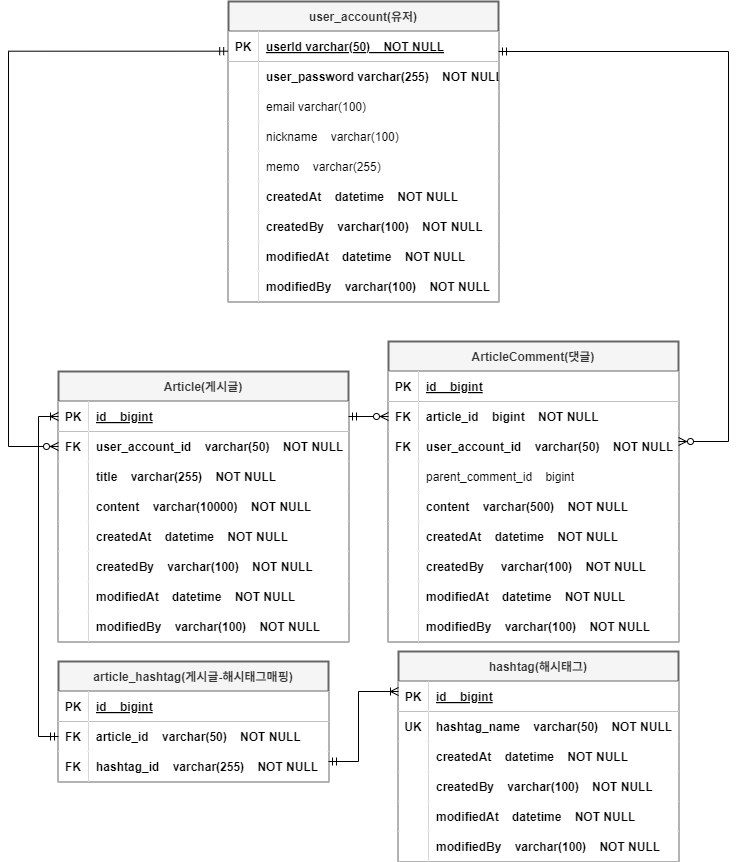
MJ0501/board keeps this draw.io diagram as document/board_erd.png. Above is the earlier version. Source tidied: cells renumbered, new cells last; positions are measured from the earlier drawing's top-left corner, leaving out a move shared by most shapes.
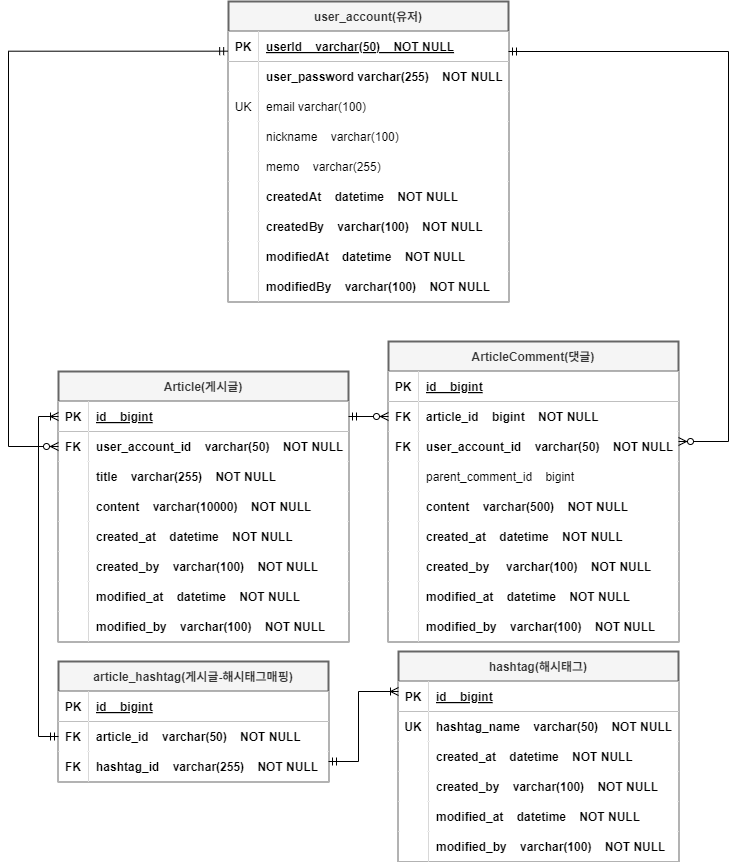
Later version of the same file.

Change to the diagram source:
```diff
@@ -47,7 +47,7 @@
     <mxCell id="16" style="shape=partialRectangle;overflow=hidden;fillColor=default;top=0;left=0;bottom=0;right=0;" parent="15" vertex="1">
       <mxGeometry width="30" height="30" as="geometry" />
     </mxCell>
-    <mxCell id="17" value="createdAt    datetime    NOT NULL" style="shape=partialRectangle;overflow=hidden;fillColor=default;top=0;left=0;bottom=0;right=0;align=left;spacingLeft=6;fontStyle=1;" parent="15" vertex="1">
+    <mxCell id="17" value="created_at    datetime    NOT NULL" style="shape=partialRectangle;overflow=hidden;fillColor=default;top=0;left=0;bottom=0;right=0;align=left;spacingLeft=6;fontStyle=1;" parent="15" vertex="1">
       <mxGeometry x="30" width="260" height="30" as="geometry" />
     </mxCell>
     <mxCell id="18" style="shape=partialRectangle;fillColor=none;top=0;left=0;right=0;bottom=0;" parent="2" vertex="1">
@@ -56,7 +56,7 @@
     <mxCell id="19" style="shape=partialRectangle;overflow=hidden;fillColor=default;top=0;left=0;bottom=0;right=0;" parent="18" vertex="1">
       <mxGeometry width="30" height="30" as="geometry" />
     </mxCell>
-    <mxCell id="20" value="createdBy    varchar(100)    NOT NULL" style="shape=partialRectangle;overflow=hidden;fillColor=default;top=0;left=0;bottom=0;right=0;align=left;spacingLeft=6;fontStyle=1;" parent="18" vertex="1">
+    <mxCell id="20" value="created_by    varchar(100)    NOT NULL" style="shape=partialRectangle;overflow=hidden;fillColor=default;top=0;left=0;bottom=0;right=0;align=left;spacingLeft=6;fontStyle=1;" parent="18" vertex="1">
       <mxGeometry x="30" width="260" height="30" as="geometry" />
     </mxCell>
     <mxCell id="21" style="shape=partialRectangle;fillColor=none;top=0;left=0;right=0;bottom=0;" parent="2" vertex="1">
@@ -65,7 +65,7 @@
     <mxCell id="22" style="shape=partialRectangle;overflow=hidden;fillColor=default;top=0;left=0;bottom=0;right=0;" parent="21" vertex="1">
       <mxGeometry width="30" height="30" as="geometry" />
     </mxCell>
-    <mxCell id="23" value="modifiedAt    datetime    NOT NULL" style="shape=partialRectangle;overflow=hidden;fillColor=default;top=0;left=0;bottom=0;right=0;align=left;spacingLeft=6;fontStyle=1;" parent="21" vertex="1">
+    <mxCell id="23" value="modified_at    datetime    NOT NULL" style="shape=partialRectangle;overflow=hidden;fillColor=default;top=0;left=0;bottom=0;right=0;align=left;spacingLeft=6;fontStyle=1;" parent="21" vertex="1">
       <mxGeometry x="30" width="260" height="30" as="geometry" />
     </mxCell>
     <mxCell id="24" style="shape=partialRectangle;fillColor=none;top=0;left=0;right=0;bottom=0;" parent="2" vertex="1">
@@ -74,7 +74,7 @@
     <mxCell id="25" style="shape=partialRectangle;overflow=hidden;fillColor=default;top=0;left=0;bottom=0;right=0;" parent="24" vertex="1">
       <mxGeometry width="30" height="30" as="geometry" />
     </mxCell>
-    <mxCell id="26" value="modifiedBy    varchar(100)    NOT NULL" style="shape=partialRectangle;overflow=hidden;fillColor=default;top=0;left=0;bottom=0;right=0;align=left;spacingLeft=6;fontStyle=1;" parent="24" vertex="1">
+    <mxCell id="26" value="modified_by    varchar(100)    NOT NULL" style="shape=partialRectangle;overflow=hidden;fillColor=default;top=0;left=0;bottom=0;right=0;align=left;spacingLeft=6;fontStyle=1;" parent="24" vertex="1">
       <mxGeometry x="30" width="260" height="30" as="geometry" />
     </mxCell>
     <mxCell id="27" value="ArticleComment(댓글)" style="shape=table;startSize=30;rowLines=0;fontStyle=1;align=center;fillColor=#f5f5f5;fontColor=#333333;strokeColor=#666666;strokeWidth=2;" parent="1" vertex="1">
@@ -131,7 +131,7 @@
     <mxCell id="44" style="shape=partialRectangle;overflow=hidden;fillColor=default;top=0;left=0;bottom=0;right=0;" parent="43" vertex="1">
       <mxGeometry width="30" height="30" as="geometry" />
     </mxCell>
-    <mxCell id="45" value="createdAt    datetime    NOT NULL" style="shape=partialRectangle;overflow=hidden;fillColor=default;top=0;left=0;bottom=0;right=0;align=left;spacingLeft=6;fontStyle=1;" parent="43" vertex="1">
+    <mxCell id="45" value="created_at    datetime    NOT NULL" style="shape=partialRectangle;overflow=hidden;fillColor=default;top=0;left=0;bottom=0;right=0;align=left;spacingLeft=6;fontStyle=1;" parent="43" vertex="1">
       <mxGeometry x="30" width="260" height="30" as="geometry" />
     </mxCell>
     <mxCell id="46" style="shape=partialRectangle;fillColor=none;top=0;left=0;right=0;bottom=0;" parent="27" vertex="1">
@@ -140,7 +140,7 @@
     <mxCell id="47" style="shape=partialRectangle;overflow=hidden;fillColor=default;top=0;left=0;bottom=0;right=0;" parent="46" vertex="1">
       <mxGeometry width="30" height="30" as="geometry" />
     </mxCell>
-    <mxCell id="48" value="createdBy     varchar(100)    NOT NULL" style="shape=partialRectangle;overflow=hidden;fillColor=default;top=0;left=0;bottom=0;right=0;align=left;spacingLeft=6;fontStyle=1;" parent="46" vertex="1">
+    <mxCell id="48" value="created_by     varchar(100)    NOT NULL" style="shape=partialRectangle;overflow=hidden;fillColor=default;top=0;left=0;bottom=0;right=0;align=left;spacingLeft=6;fontStyle=1;" parent="46" vertex="1">
       <mxGeometry x="30" width="260" height="30" as="geometry" />
     </mxCell>
     <mxCell id="49" style="shape=partialRectangle;fillColor=none;top=0;left=0;right=0;bottom=0;" parent="27" vertex="1">
@@ -149,7 +149,7 @@
     <mxCell id="50" style="shape=partialRectangle;overflow=hidden;fillColor=default;top=0;left=0;bottom=0;right=0;" parent="49" vertex="1">
       <mxGeometry width="30" height="30" as="geometry" />
     </mxCell>
-    <mxCell id="51" value="modifiedAt    datetime    NOT NULL" style="shape=partialRectangle;overflow=hidden;fillColor=default;top=0;left=0;bottom=0;right=0;align=left;spacingLeft=6;fontStyle=1;" parent="49" vertex="1">
+    <mxCell id="51" value="modified_at    datetime    NOT NULL" style="shape=partialRectangle;overflow=hidden;fillColor=default;top=0;left=0;bottom=0;right=0;align=left;spacingLeft=6;fontStyle=1;" parent="49" vertex="1">
       <mxGeometry x="30" width="260" height="30" as="geometry" />
     </mxCell>
     <mxCell id="52" style="shape=partialRectangle;fillColor=none;top=0;left=0;right=0;bottom=0;" parent="27" vertex="1">
@@ -158,7 +158,7 @@
     <mxCell id="53" style="shape=partialRectangle;overflow=hidden;fillColor=default;top=0;left=0;bottom=0;right=0;" parent="52" vertex="1">
       <mxGeometry width="30" height="30" as="geometry" />
     </mxCell>
-    <mxCell id="54" value="modifiedBy    varchar(100)    NOT NULL" style="shape=partialRectangle;overflow=hidden;fillColor=default;top=0;left=0;bottom=0;right=0;align=left;spacingLeft=6;fontStyle=1;" parent="52" vertex="1">
+    <mxCell id="54" value="modified_by    varchar(100)    NOT NULL" style="shape=partialRectangle;overflow=hidden;fillColor=default;top=0;left=0;bottom=0;right=0;align=left;spacingLeft=6;fontStyle=1;" parent="52" vertex="1">
       <mxGeometry x="30" width="260" height="30" as="geometry" />
     </mxCell>
     <mxCell id="55" style="edgeStyle=orthogonalEdgeStyle;fontSize=12;html=1;endArrow=ERzeroToMany;startArrow=ERmandOne;rounded=0;exitX=1;exitY=0.5;exitDx=0;exitDy=0;entryX=0;entryY=0.5;entryDx=0;entryDy=0;" parent="1" edge="1" source="3" target="31">
@@ -170,88 +170,88 @@
       </mxGeometry>
     </mxCell>
     <mxCell id="56" value="user_account(유저)" style="shape=table;startSize=30;rowLines=0;fontStyle=1;align=center;fillColor=#f5f5f5;fontColor=#333333;strokeColor=#666666;strokeWidth=2;" parent="1" vertex="1">
-      <mxGeometry x="220" width="270" height="300" as="geometry" />
+      <mxGeometry x="220" width="280" height="300" as="geometry" />
     </mxCell>
     <mxCell id="57" style="shape=partialRectangle;fillColor=none;points=[[0,0.5],[1,0.5]];portConstraint=eastwest;top=0;left=0;right=0;bottom=1;" parent="56" vertex="1">
-      <mxGeometry y="30" width="270" height="30" as="geometry" />
+      <mxGeometry y="30" width="280" height="30" as="geometry" />
     </mxCell>
     <mxCell id="58" value="PK" style="shape=partialRectangle;overflow=hidden;fillColor=default;top=0;left=0;bottom=0;right=0;fontStyle=1;" parent="57" vertex="1">
       <mxGeometry width="30" height="30" as="geometry" />
     </mxCell>
-    <mxCell id="59" value="userId varchar(50)    NOT NULL" style="shape=partialRectangle;overflow=hidden;fillColor=default;top=0;left=0;bottom=0;right=0;align=left;spacingLeft=6;fontStyle=5;" parent="57" vertex="1">
-      <mxGeometry x="30" width="240" height="30" as="geometry" />
+    <mxCell id="59" value="userId    varchar(50)    NOT NULL" style="shape=partialRectangle;overflow=hidden;fillColor=default;top=0;left=0;bottom=0;right=0;align=left;spacingLeft=6;fontStyle=5;" parent="57" vertex="1">
+      <mxGeometry x="30" width="250" height="30" as="geometry" />
     </mxCell>
     <mxCell id="60" style="shape=partialRectangle;fillColor=none;top=0;left=0;right=0;bottom=0;" parent="56" vertex="1">
-      <mxGeometry y="60" width="270" height="30" as="geometry" />
+      <mxGeometry y="60" width="280" height="30" as="geometry" />
     </mxCell>
     <mxCell id="61" style="shape=partialRectangle;overflow=hidden;fillColor=default;top=0;left=0;bottom=0;right=0;" parent="60" vertex="1">
       <mxGeometry width="30" height="30" as="geometry" />
     </mxCell>
     <mxCell id="62" value="user_password varchar(255)    NOT NULL" style="shape=partialRectangle;overflow=hidden;fillColor=default;top=0;left=0;bottom=0;right=0;align=left;spacingLeft=6;fontStyle=1;" parent="60" vertex="1">
-      <mxGeometry x="30" width="240" height="30" as="geometry" />
+      <mxGeometry x="30" width="250" height="30" as="geometry" />
     </mxCell>
     <mxCell id="63" style="shape=partialRectangle;fillColor=none;top=0;left=0;right=0;bottom=0;" parent="56" vertex="1">
-      <mxGeometry y="90" width="270" height="30" as="geometry" />
+      <mxGeometry y="90" width="280" height="30" as="geometry" />
     </mxCell>
-    <mxCell id="64" style="shape=partialRectangle;overflow=hidden;fillColor=default;top=0;left=0;bottom=0;right=0;" parent="63" vertex="1">
+    <mxCell id="64" value="UK" style="shape=partialRectangle;overflow=hidden;fillColor=default;top=0;left=0;bottom=0;right=0;" parent="63" vertex="1">
       <mxGeometry width="30" height="30" as="geometry" />
     </mxCell>
     <mxCell id="65" value="email varchar(100)" style="shape=partialRectangle;overflow=hidden;fillColor=default;top=0;left=0;bottom=0;right=0;align=left;spacingLeft=6;fontStyle=0;" parent="63" vertex="1">
-      <mxGeometry x="30" width="240" height="30" as="geometry" />
+      <mxGeometry x="30" width="250" height="30" as="geometry" />
     </mxCell>
     <mxCell id="66" style="shape=partialRectangle;fillColor=none;top=0;left=0;right=0;bottom=0;" parent="56" vertex="1">
-      <mxGeometry y="120" width="270" height="30" as="geometry" />
+      <mxGeometry y="120" width="280" height="30" as="geometry" />
     </mxCell>
     <mxCell id="67" style="shape=partialRectangle;overflow=hidden;fillColor=default;top=0;left=0;bottom=0;right=0;" parent="66" vertex="1">
       <mxGeometry width="30" height="30" as="geometry" />
     </mxCell>
     <mxCell id="68" value="nickname    varchar(100)" style="shape=partialRectangle;overflow=hidden;fillColor=default;top=0;left=0;bottom=0;right=0;align=left;spacingLeft=6;" parent="66" vertex="1">
-      <mxGeometry x="30" width="240" height="30" as="geometry" />
+      <mxGeometry x="30" width="250" height="30" as="geometry" />
     </mxCell>
     <mxCell id="69" style="shape=partialRectangle;fillColor=none;top=0;left=0;right=0;bottom=0;" parent="56" vertex="1">
-      <mxGeometry y="150" width="270" height="30" as="geometry" />
+      <mxGeometry y="150" width="280" height="30" as="geometry" />
     </mxCell>
     <mxCell id="70" style="shape=partialRectangle;overflow=hidden;fillColor=default;top=0;left=0;bottom=0;right=0;" parent="69" vertex="1">
       <mxGeometry width="30" height="30" as="geometry" />
     </mxCell>
     <mxCell id="71" value="memo    varchar(255)" style="shape=partialRectangle;overflow=hidden;fillColor=default;top=0;left=0;bottom=0;right=0;align=left;spacingLeft=6;" parent="69" vertex="1">
-      <mxGeometry x="30" width="240" height="30" as="geometry" />
+      <mxGeometry x="30" width="250" height="30" as="geometry" />
     </mxCell>
     <mxCell id="72" style="shape=partialRectangle;fillColor=none;top=0;left=0;right=0;bottom=0;" parent="56" vertex="1">
-      <mxGeometry y="180" width="270" height="30" as="geometry" />
+      <mxGeometry y="180" width="280" height="30" as="geometry" />
     </mxCell>
     <mxCell id="73" style="shape=partialRectangle;overflow=hidden;fillColor=default;top=0;left=0;bottom=0;right=0;" parent="72" vertex="1">
       <mxGeometry width="30" height="30" as="geometry" />
     </mxCell>
     <mxCell id="74" value="createdAt    datetime    NOT NULL" style="shape=partialRectangle;overflow=hidden;fillColor=default;top=0;left=0;bottom=0;right=0;align=left;spacingLeft=6;fontStyle=1;" parent="72" vertex="1">
-      <mxGeometry x="30" width="240" height="30" as="geometry" />
+      <mxGeometry x="30" width="250" height="30" as="geometry" />
     </mxCell>
     <mxCell id="75" style="shape=partialRectangle;fillColor=none;top=0;left=0;right=0;bottom=0;" parent="56" vertex="1">
-      <mxGeometry y="210" width="270" height="30" as="geometry" />
+      <mxGeometry y="210" width="280" height="30" as="geometry" />
     </mxCell>
     <mxCell id="76" style="shape=partialRectangle;overflow=hidden;fillColor=default;top=0;left=0;bottom=0;right=0;" parent="75" vertex="1">
       <mxGeometry width="30" height="30" as="geometry" />
     </mxCell>
     <mxCell id="77" value="createdBy    varchar(100)    NOT NULL" style="shape=partialRectangle;overflow=hidden;fillColor=default;top=0;left=0;bottom=0;right=0;align=left;spacingLeft=6;fontStyle=1;" parent="75" vertex="1">
-      <mxGeometry x="30" width="240" height="30" as="geometry" />
+      <mxGeometry x="30" width="250" height="30" as="geometry" />
     </mxCell>
     <mxCell id="78" style="shape=partialRectangle;fillColor=none;top=0;left=0;right=0;bottom=0;" parent="56" vertex="1">
-      <mxGeometry y="240" width="270" height="30" as="geometry" />
+      <mxGeometry y="240" width="280" height="30" as="geometry" />
     </mxCell>
     <mxCell id="79" style="shape=partialRectangle;overflow=hidden;fillColor=default;top=0;left=0;bottom=0;right=0;" parent="78" vertex="1">
       <mxGeometry width="30" height="30" as="geometry" />
     </mxCell>
     <mxCell id="80" value="modifiedAt    datetime    NOT NULL" style="shape=partialRectangle;overflow=hidden;fillColor=default;top=0;left=0;bottom=0;right=0;align=left;spacingLeft=6;fontStyle=1;" parent="78" vertex="1">
-      <mxGeometry x="30" width="240" height="30" as="geometry" />
+      <mxGeometry x="30" width="250" height="30" as="geometry" />
     </mxCell>
     <mxCell id="81" style="shape=partialRectangle;fillColor=none;top=0;left=0;right=0;bottom=0;" parent="56" vertex="1">
-      <mxGeometry y="270" width="270" height="30" as="geometry" />
+      <mxGeometry y="270" width="280" height="30" as="geometry" />
     </mxCell>
     <mxCell id="82" style="shape=partialRectangle;overflow=hidden;fillColor=default;top=0;left=0;bottom=0;right=0;" parent="81" vertex="1">
       <mxGeometry width="30" height="30" as="geometry" />
     </mxCell>
     <mxCell id="83" value="modifiedBy    varchar(100)    NOT NULL" style="shape=partialRectangle;overflow=hidden;fillColor=default;top=0;left=0;bottom=0;right=0;align=left;spacingLeft=6;fontStyle=1;" parent="81" vertex="1">
-      <mxGeometry x="30" width="240" height="30" as="geometry" />
+      <mxGeometry x="30" width="250" height="30" as="geometry" />
     </mxCell>
     <mxCell id="84" style="edgeStyle=orthogonalEdgeStyle;fontSize=12;html=1;endArrow=ERzeroToMany;startArrow=ERmandOne;rounded=0;" parent="1" edge="1" source="57" target="34">
       <mxGeometry relative="1" as="geometry">
@@ -334,7 +334,7 @@
     <mxCell id="105" style="shape=partialRectangle;overflow=hidden;fillColor=default;top=0;left=0;bottom=0;right=0;" parent="104" vertex="1">
       <mxGeometry width="30" height="30" as="geometry" />
     </mxCell>
-    <mxCell id="106" value="createdAt    datetime    NOT NULL" style="shape=partialRectangle;overflow=hidden;fillColor=default;top=0;left=0;bottom=0;right=0;align=left;spacingLeft=6;fontStyle=1;" parent="104" vertex="1">
+    <mxCell id="106" value="created_at    datetime    NOT NULL" style="shape=partialRectangle;overflow=hidden;fillColor=default;top=0;left=0;bottom=0;right=0;align=left;spacingLeft=6;fontStyle=1;" parent="104" vertex="1">
       <mxGeometry x="30" width="250" height="30" as="geometry" />
     </mxCell>
     <mxCell id="107" style="shape=partialRectangle;fillColor=none;top=0;left=0;right=0;bottom=0;" parent="97" vertex="1">
@@ -343,7 +343,7 @@
     <mxCell id="108" style="shape=partialRectangle;overflow=hidden;fillColor=default;top=0;left=0;bottom=0;right=0;" parent="107" vertex="1">
       <mxGeometry width="30" height="30" as="geometry" />
     </mxCell>
-    <mxCell id="109" value="createdBy    varchar(100)    NOT NULL" style="shape=partialRectangle;overflow=hidden;fillColor=default;top=0;left=0;bottom=0;right=0;align=left;spacingLeft=6;fontStyle=1;" parent="107" vertex="1">
+    <mxCell id="109" value="created_by    varchar(100)    NOT NULL" style="shape=partialRectangle;overflow=hidden;fillColor=default;top=0;left=0;bottom=0;right=0;align=left;spacingLeft=6;fontStyle=1;" parent="107" vertex="1">
       <mxGeometry x="30" width="250" height="30" as="geometry" />
     </mxCell>
     <mxCell id="110" style="shape=partialRectangle;fillColor=none;top=0;left=0;right=0;bottom=0;" parent="97" vertex="1">
@@ -352,7 +352,7 @@
     <mxCell id="111" style="shape=partialRectangle;overflow=hidden;fillColor=default;top=0;left=0;bottom=0;right=0;" parent="110" vertex="1">
       <mxGeometry width="30" height="30" as="geometry" />
     </mxCell>
-    <mxCell id="112" value="modifiedAt    datetime    NOT NULL" style="shape=partialRectangle;overflow=hidden;fillColor=default;top=0;left=0;bottom=0;right=0;align=left;spacingLeft=6;fontStyle=1;" parent="110" vertex="1">
+    <mxCell id="112" value="modified_at    datetime    NOT NULL" style="shape=partialRectangle;overflow=hidden;fillColor=default;top=0;left=0;bottom=0;right=0;align=left;spacingLeft=6;fontStyle=1;" parent="110" vertex="1">
       <mxGeometry x="30" width="250" height="30" as="geometry" />
     </mxCell>
     <mxCell id="113" style="shape=partialRectangle;fillColor=none;top=0;left=0;right=0;bottom=0;" parent="97" vertex="1">
@@ -361,7 +361,7 @@
     <mxCell id="114" style="shape=partialRectangle;overflow=hidden;fillColor=default;top=0;left=0;bottom=0;right=0;" parent="113" vertex="1">
       <mxGeometry width="30" height="30" as="geometry" />
     </mxCell>
-    <mxCell id="115" value="modifiedBy    varchar(100)    NOT NULL" style="shape=partialRectangle;overflow=hidden;fillColor=default;top=0;left=0;bottom=0;right=0;align=left;spacingLeft=6;fontStyle=1;" parent="113" vertex="1">
+    <mxCell id="115" value="modified_by    varchar(100)    NOT NULL" style="shape=partialRectangle;overflow=hidden;fillColor=default;top=0;left=0;bottom=0;right=0;align=left;spacingLeft=6;fontStyle=1;" parent="113" vertex="1">
       <mxGeometry x="30" width="250" height="30" as="geometry" />
     </mxCell>
     <mxCell id="116" style="edgeStyle=orthogonalEdgeStyle;fontSize=12;html=1;endArrow=ERoneToMany;startArrow=ERmandOne;rounded=0;" parent="1" edge="1">
```
